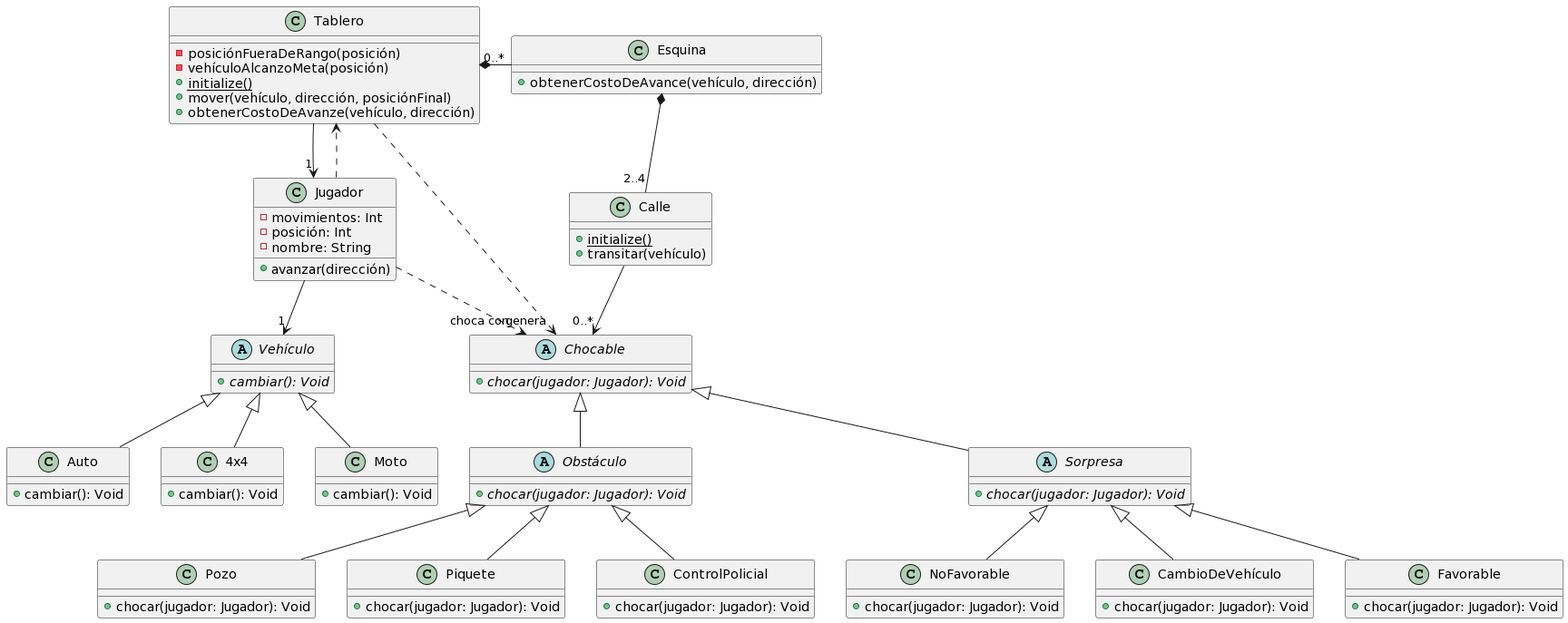
Above: diagrams/classes/clases.png in Nachrj/algo3_tp2 (PlantUML), before the change.
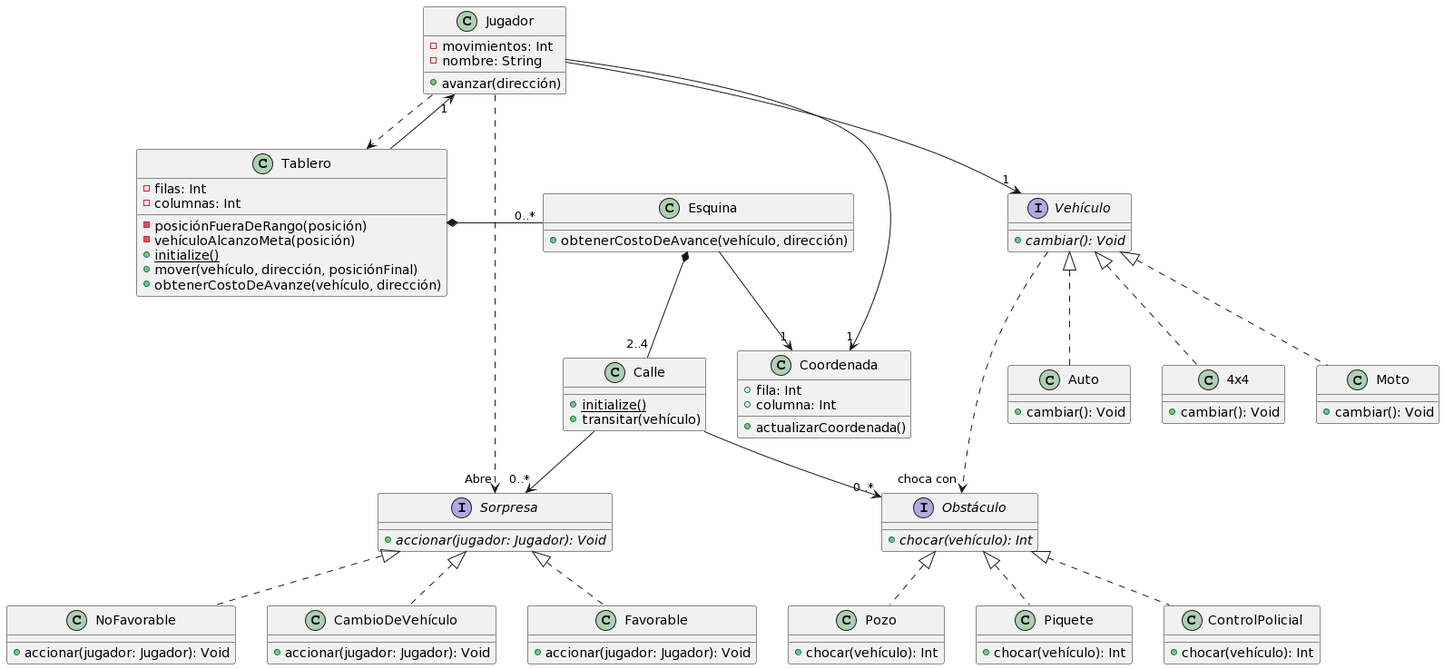
After the change.

Commit message:
Actualizo diagrama de clases

What changed in the source:
```diff
@@ -1,5 +1,7 @@
 @startuml
 class Tablero{
+-filas: Int
+-columnas: Int
 -posiciónFueraDeRango(posición)
 -vehículoAlcanzoMeta(posición)
 +{static}initialize()
@@ -18,12 +20,11 @@
 
 class Jugador{
 -movimientos: Int
--posición: Int
 -nombre: String
 +avanzar(dirección)
 }
 
-abstract Vehículo{
+interface Vehículo{
 +{abstract} cambiar(): Void
 }
 
@@ -39,59 +40,62 @@
 +cambiar(): Void
 }
 
-abstract Chocable{
-+{abstract}chocar(jugador: Jugador): Void
-}
-
-abstract Sorpresa{
-+{abstract}chocar(jugador: Jugador): Void
+interface Sorpresa{
++{abstract}accionar(jugador: Jugador): Void
 }
 
 class NoFavorable{
-+chocar(jugador: Jugador): Void
++accionar(jugador: Jugador): Void
 }
 
 class CambioDeVehículo{
-+chocar(jugador: Jugador): Void
++accionar(jugador: Jugador): Void
 }
 
 class Favorable{
-+chocar(jugador: Jugador): Void
++accionar(jugador: Jugador): Void
 }
 
-abstract Obstáculo{
-+{abstract}chocar(jugador: Jugador): Void
+interface Obstáculo{
++{abstract}chocar(vehículo): Int
 }
 
 class Pozo{
-+chocar(jugador: Jugador): Void
++chocar(vehículo): Int
 }
 
 class Piquete{
-+chocar(jugador: Jugador): Void
++chocar(vehículo): Int
 }
 
 class ControlPolicial{
-+chocar(jugador: Jugador): Void
++chocar(vehículo): Int
+}
+
+class Coordenada{
++fila: Int
++columna: Int
++actualizarCoordenada()
 }
 
 Tablero *- "0..*" Esquina
-Tablero ..> "genera" Chocable
 Jugador --> "1" Vehículo
 Tablero --> "1" Jugador
 Jugador ..> Tablero
-Jugador ..> "choca con" Chocable
-Vehículo <|-- Auto
-Vehículo <|-- 4x4
-Vehículo <|-- Moto
-Chocable <|-- Sorpresa
-Chocable <|-- Obstáculo
-Sorpresa <|-- NoFavorable
-Sorpresa <|-- CambioDeVehículo
-Sorpresa <|-- Favorable
-Obstáculo <|-- Pozo
-Obstáculo <|-- Piquete
-Obstáculo <|-- ControlPolicial
+Vehículo ..> "choca con" Obstáculo
+Vehículo <|.. Auto
+Vehículo <|.. 4x4
+Vehículo <|.. Moto
+Sorpresa <|.. NoFavorable
+Sorpresa <|.. CambioDeVehículo
+Sorpresa <|.. Favorable
+Obstáculo <|.. Pozo
+Obstáculo <|.. Piquete
+Obstáculo <|.. ControlPolicial
 Calle "2..4" -up-* Esquina
-Calle --> "0..*" Chocable
+Calle --> "0..*" Obstáculo
+Calle --> "0..*" Sorpresa
+Jugador --> "1" Coordenada
+Esquina --> "1" Coordenada
+Jugador ..> "Abre" Sorpresa
 @enduml
```
